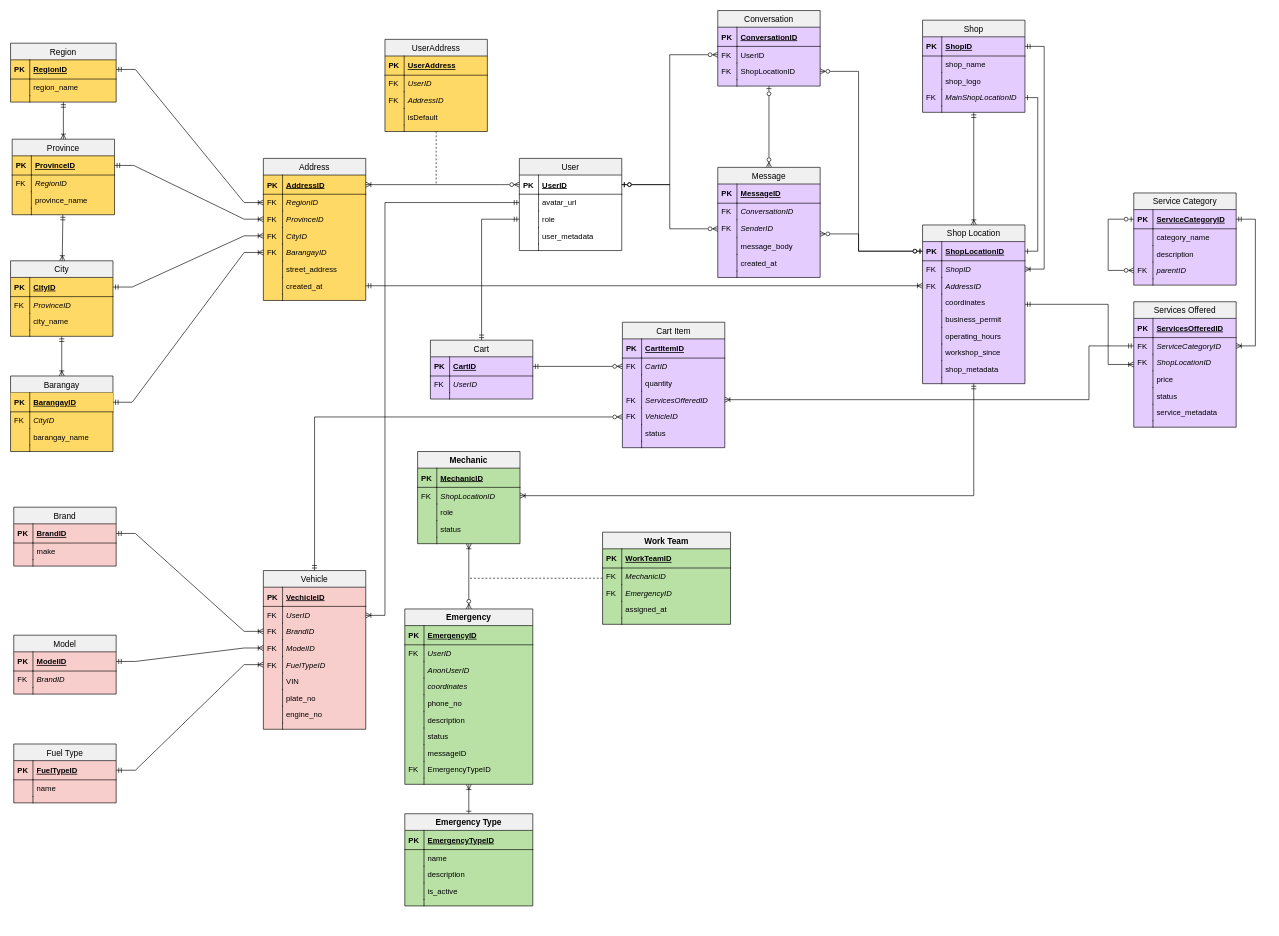
The draw.io diagram Final Automate ERD.drawio in PitZza04/drawIO, before the edit. Source tidied: cells renumbered, new cells numbered last; positions are measured from the earlier drawing's top-left corner, leaving out a move shared by most shapes. Both pictures are drawn from the tidied source at 64%, with x=0, y=0 at pixel (10, 10).
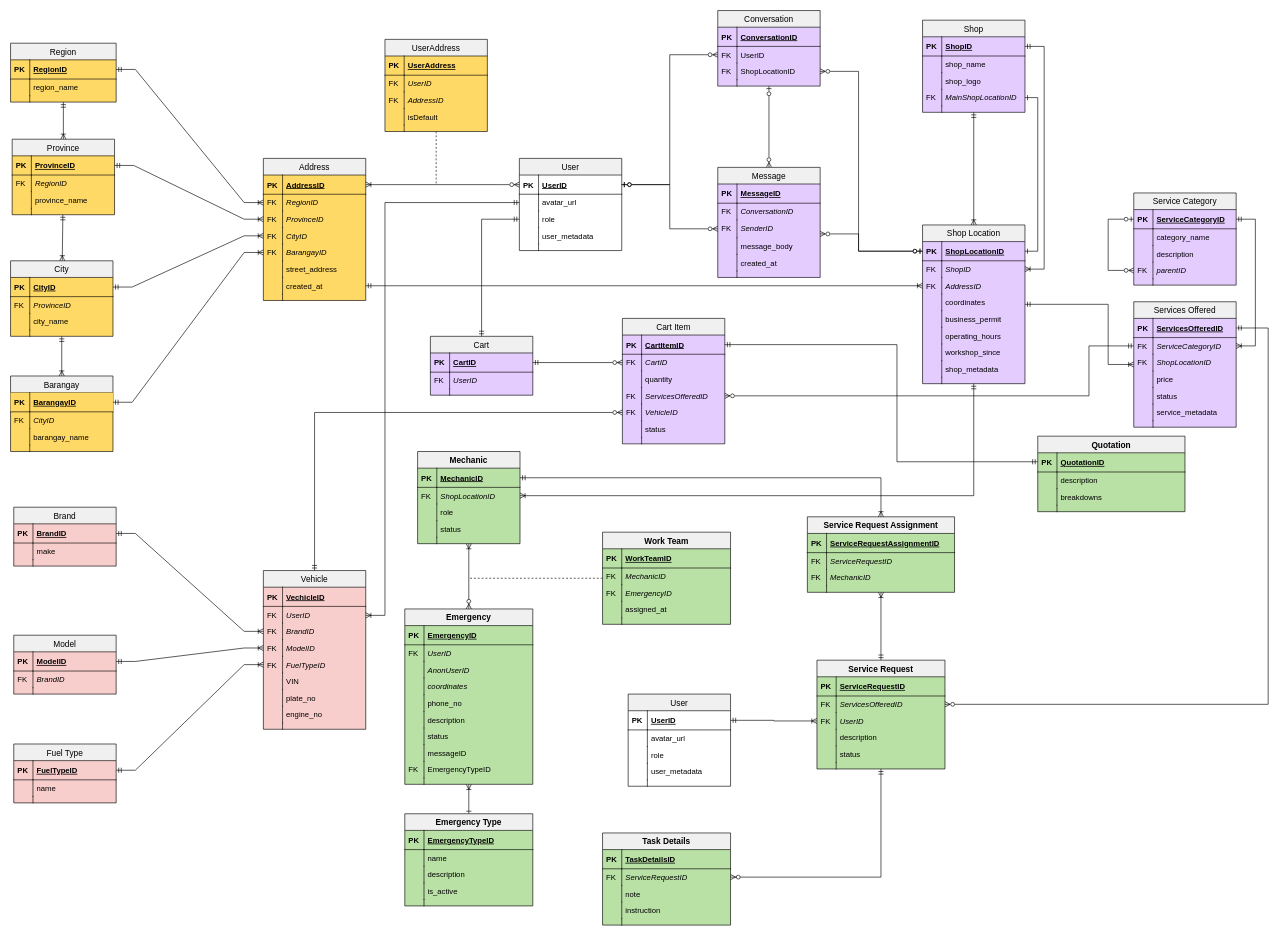
The same page after the edit.

Unchanged cells that the change refers to:
```xml
<mxCell id="173" value="ServicesOfferedID" style="shape=partialRectangle;top=0;left=0;right=0;bottom=1;align=left;verticalAlign=middle;fillColor=none;spacingLeft=34;spacingRight=4;overflow=hidden;points=[[0,0.5],[1,0.5]];portConstraint=eastwest;fontStyle=5;rounded=0;" parent="172" vertex="1">
  <mxGeometry y="26" width="160" height="30" as="geometry" />
</mxCell>
<mxCell id="175" value="ServiceCategoryID" style="shape=partialRectangle;top=0;left=0;right=0;bottom=0;align=left;verticalAlign=top;fillColor=none;spacingLeft=34;spacingRight=4;overflow=hidden;points=[[0,0.5],[1,0.5]];portConstraint=eastwest;rounded=0;fontStyle=2;" parent="172" vertex="1">
  <mxGeometry y="56" width="160" height="26" as="geometry" />
</mxCell>
<mxCell id="226" value="CartItemID" style="shape=partialRectangle;top=0;left=0;right=0;bottom=1;align=left;verticalAlign=middle;fillColor=none;spacingLeft=34;spacingRight=4;overflow=hidden;points=[[0,0.5],[1,0.5]];portConstraint=eastwest;fontStyle=5;rounded=0;" parent="225" vertex="1">
  <mxGeometry y="26" width="160" height="30" as="geometry" />
</mxCell>
<mxCell id="232" value="ServicesOfferedID" style="shape=partialRectangle;top=0;left=0;right=0;bottom=0;align=left;verticalAlign=top;fillColor=none;spacingLeft=34;spacingRight=4;overflow=hidden;points=[[0,0.5],[1,0.5]];portConstraint=eastwest;rounded=0;fontStyle=2;" parent="225" vertex="1">
  <mxGeometry y="108" width="160" height="26" as="geometry" />
</mxCell>
<mxCell id="234" value="VehicleID" style="shape=partialRectangle;top=0;left=0;right=0;bottom=0;align=left;verticalAlign=top;fillColor=none;spacingLeft=34;spacingRight=4;overflow=hidden;points=[[0,0.5],[1,0.5]];portConstraint=eastwest;rounded=0;fontStyle=2;" parent="225" vertex="1">
  <mxGeometry y="134" width="160" height="26" as="geometry" />
</mxCell>
<mxCell id="245" value="MechanicID" style="shape=partialRectangle;top=0;left=0;right=0;bottom=1;align=left;verticalAlign=middle;fillColor=none;spacingLeft=34;spacingRight=4;overflow=hidden;points=[[0,0.5],[1,0.5]];portConstraint=eastwest;fontStyle=5;rounded=0;" parent="244" vertex="1">
  <mxGeometry y="26" width="160" height="30" as="geometry" />
</mxCell>
```

What changed in the source:
```diff
@@
     <mxCell id="218" value="Cart" style="swimlane;fontStyle=0;horizontal=1;startSize=26;fillColor=#F0F0F0;swimlaneFillColor=#E5CCFF;align=center;strokeWidth=1;fontSize=13;strokeColor=#000000;rounded=0;" parent="1" vertex="1">
-      <mxGeometry x="656" y="515" width="160" height="92" as="geometry" />
+      <mxGeometry x="656" y="509" width="160" height="92" as="geometry" />
     </mxCell>
@@
     <mxCell id="225" value="Cart Item" style="swimlane;fontStyle=0;horizontal=1;startSize=26;fillColor=#F0F0F0;swimlaneFillColor=#E5CCFF;align=center;strokeWidth=1;fontSize=13;strokeColor=#000000;rounded=0;" parent="1" vertex="1">
-      <mxGeometry x="956" y="487" width="160" height="196" as="geometry" />
+      <mxGeometry x="956" y="481" width="160" height="196" as="geometry" />
     </mxCell>
@@
     <mxCell id="240" style="edgeStyle=orthogonalEdgeStyle;rounded=0;jettySize=auto;html=1;endArrow=ERzeroToMany;endFill=0;startArrow=ERmandOne;startFill=0;" parent="1" edge="1" target="234">
       <mxGeometry relative="1" as="geometry">
         <mxPoint x="475" y="875" as="sourcePoint" />
         <Array as="points">
-          <mxPoint x="475" y="635" />
+          <mxPoint x="475" y="628" />
         </Array>
       </mxGeometry>
     </mxCell>
@@
-    <mxCell id="243" style="edgeStyle=orthogonalEdgeStyle;rounded=0;jettySize=auto;html=1;startArrow=ERmandOne;startFill=0;endArrow=ERoneToMany;endFill=0;" parent="1" edge="1" source="175" target="232">
+    <mxCell id="243" style="edgeStyle=orthogonalEdgeStyle;rounded=0;jettySize=auto;html=1;startArrow=ERmandOne;startFill=0;endArrow=ERzeroToMany;endFill=0;" parent="1" edge="1" source="175" target="232">
       <mxGeometry relative="1" as="geometry">
         <Array as="points">
           <mxPoint x="1685" y="524" />
-          <mxPoint x="1685" y="608" />
+          <mxPoint x="1685" y="602" />
         </Array>
       </mxGeometry>
     </mxCell>
@@
+    <mxCell id="302" value="Task Details" style="swimlane;fontStyle=1;horizontal=1;startSize=26;fillColor=#F0F0F0;swimlaneFillColor=#B9E0A5;align=center;strokeWidth=1;fontSize=13;strokeColor=#000000;rounded=0;" parent="1" vertex="1">
+      <mxGeometry x="925" y="1285" width="200" height="144" as="geometry" />
+    </mxCell>
+    <mxCell id="303" value="TaskDetailsID" style="shape=partialRectangle;top=0;left=0;right=0;bottom=1;align=left;verticalAlign=middle;fillColor=none;spacingLeft=34;spacingRight=4;overflow=hidden;fontStyle=5;rounded=0;" parent="302" vertex="1">
+      <mxGeometry y="26" width="200" height="30" as="geometry" />
+    </mxCell>
+    <mxCell id="304" value="PK" style="shape=partialRectangle;top=0;left=0;bottom=0;fillColor=none;align=left;verticalAlign=middle;spacingLeft=4;spacingRight=4;overflow=hidden;fontStyle=1;rounded=0;" parent="303" vertex="1">
+      <mxGeometry width="30" height="30" as="geometry" />
+    </mxCell>
+    <mxCell id="305" value="ServiceRequestID" style="shape=partialRectangle;top=0;left=0;right=0;bottom=0;align=left;verticalAlign=top;fillColor=none;spacingLeft=34;spacingRight=4;overflow=hidden;points=[[0,0.5],[1,0.5]];portConstraint=eastwest;rounded=0;fontStyle=2;" parent="302" vertex="1">
+      <mxGeometry y="56" width="200" height="26" as="geometry" />
+    </mxCell>
+    <mxCell id="306" value="FK" style="shape=partialRectangle;top=0;left=0;bottom=0;fillColor=none;align=left;verticalAlign=top;spacingLeft=4;spacingRight=4;overflow=hidden;rounded=0;" parent="305" vertex="1">
+      <mxGeometry width="30" height="26" as="geometry" />
+    </mxCell>
+    <mxCell id="307" value="note" style="shape=partialRectangle;top=0;left=0;right=0;bottom=0;align=left;verticalAlign=top;fillColor=none;spacingLeft=34;spacingRight=4;overflow=hidden;rounded=0;fontStyle=0;" parent="302" vertex="1">
+      <mxGeometry y="82" width="200" height="26" as="geometry" />
+    </mxCell>
+    <mxCell id="308" style="shape=partialRectangle;top=0;left=0;bottom=0;fillColor=none;align=left;verticalAlign=top;spacingLeft=4;spacingRight=4;overflow=hidden;rounded=0;" parent="307" vertex="1">
+      <mxGeometry width="30" height="26" as="geometry" />
+    </mxCell>
+    <mxCell id="309" value="instruction" style="shape=partialRectangle;top=0;left=0;right=0;bottom=0;align=left;verticalAlign=top;fillColor=none;spacingLeft=34;spacingRight=4;overflow=hidden;rounded=0;fontStyle=0;" parent="302" vertex="1">
+      <mxGeometry y="108" width="200" height="26" as="geometry" />
+    </mxCell>
+    <mxCell id="310" style="shape=partialRectangle;top=0;left=0;bottom=0;fillColor=none;align=left;verticalAlign=top;spacingLeft=4;spacingRight=4;overflow=hidden;rounded=0;" parent="309" vertex="1">
+      <mxGeometry width="30" height="26" as="geometry" />
+    </mxCell>
+    <mxCell id="311" style="shape=partialRectangle;top=0;left=0;right=0;bottom=0;align=left;verticalAlign=top;fillColor=none;spacingLeft=34;spacingRight=4;overflow=hidden;rounded=0;" parent="302" vertex="1">
+      <mxGeometry y="134" width="200" height="10" as="geometry" />
+    </mxCell>
+    <mxCell id="312" style="shape=partialRectangle;top=0;left=0;bottom=0;fillColor=none;align=left;verticalAlign=top;spacingLeft=4;spacingRight=4;overflow=hidden;rounded=0;" parent="311" vertex="1">
+      <mxGeometry width="30" height="10" as="geometry" />
+    </mxCell>
+    <mxCell id="313" style="edgeStyle=orthogonalEdgeStyle;rounded=0;jettySize=auto;html=1;exitX=0.5;exitY=0;exitDx=0;exitDy=0;endArrow=ERoneToMany;endFill=0;startArrow=ERmandOne;startFill=0;" parent="1" edge="1" source="314" target="327">
+      <mxGeometry relative="1" as="geometry" />
+    </mxCell>
+    <mxCell id="314" value="Service Request" style="swimlane;fontStyle=1;horizontal=1;startSize=26;fillColor=#F0F0F0;swimlaneFillColor=#B9E0A5;align=center;strokeWidth=1;fontSize=13;strokeColor=#000000;rounded=0;" parent="1" vertex="1">
+      <mxGeometry x="1260" y="1015" width="200" height="170" as="geometry" />
+    </mxCell>
+    <mxCell id="315" value="ServiceRequestID" style="shape=partialRectangle;top=0;left=0;right=0;bottom=1;align=left;verticalAlign=middle;fillColor=none;spacingLeft=34;spacingRight=4;overflow=hidden;fontStyle=5;rounded=0;" parent="314" vertex="1">
+      <mxGeometry y="26" width="200" height="30" as="geometry" />
+    </mxCell>
+    <mxCell id="316" value="PK" style="shape=partialRectangle;top=0;left=0;bottom=0;fillColor=none;align=left;verticalAlign=middle;spacingLeft=4;spacingRight=4;overflow=hidden;fontStyle=1;rounded=0;" parent="315" vertex="1">
+      <mxGeometry width="30" height="30" as="geometry" />
+    </mxCell>
+    <mxCell id="317" value="ServicesOfferedID" style="shape=partialRectangle;top=0;left=0;right=0;bottom=0;align=left;verticalAlign=top;fillColor=none;spacingLeft=34;spacingRight=4;overflow=hidden;points=[[0,0.5],[1,0.5]];portConstraint=eastwest;rounded=0;fontStyle=2;" parent="314" vertex="1">
+      <mxGeometry y="56" width="200" height="26" as="geometry" />
+    </mxCell>
+    <mxCell id="318" value="FK" style="shape=partialRectangle;top=0;left=0;bottom=0;fillColor=none;align=left;verticalAlign=top;spacingLeft=4;spacingRight=4;overflow=hidden;rounded=0;" parent="317" vertex="1">
+      <mxGeometry width="30" height="26" as="geometry" />
+    </mxCell>
+    <mxCell id="319" value="UserID" style="shape=partialRectangle;top=0;left=0;right=0;bottom=0;align=left;verticalAlign=top;fillColor=none;spacingLeft=34;spacingRight=4;overflow=hidden;points=[[0,0.5],[1,0.5]];portConstraint=eastwest;rounded=0;fontStyle=2;" parent="314" vertex="1">
+      <mxGeometry y="82" width="200" height="26" as="geometry" />
+    </mxCell>
+    <mxCell id="320" value="FK" style="shape=partialRectangle;top=0;left=0;bottom=0;fillColor=none;align=left;verticalAlign=top;spacingLeft=4;spacingRight=4;overflow=hidden;rounded=0;" parent="319" vertex="1">
+      <mxGeometry width="30" height="26" as="geometry" />
+    </mxCell>
+    <mxCell id="321" value="description" style="shape=partialRectangle;top=0;left=0;right=0;bottom=0;align=left;verticalAlign=top;fillColor=none;spacingLeft=34;spacingRight=4;overflow=hidden;rounded=0;fontStyle=0;" parent="314" vertex="1">
+      <mxGeometry y="108" width="200" height="26" as="geometry" />
+    </mxCell>
+    <mxCell id="322" style="shape=partialRectangle;top=0;left=0;bottom=0;fillColor=none;align=left;verticalAlign=top;spacingLeft=4;spacingRight=4;overflow=hidden;rounded=0;" parent="321" vertex="1">
+      <mxGeometry width="30" height="26" as="geometry" />
+    </mxCell>
+    <mxCell id="323" value="status" style="shape=partialRectangle;top=0;left=0;right=0;bottom=0;align=left;verticalAlign=top;fillColor=none;spacingLeft=34;spacingRight=4;overflow=hidden;rounded=0;fontStyle=0;" parent="314" vertex="1">
+      <mxGeometry y="134" width="200" height="26" as="geometry" />
+    </mxCell>
+    <mxCell id="324" style="shape=partialRectangle;top=0;left=0;bottom=0;fillColor=none;align=left;verticalAlign=top;spacingLeft=4;spacingRight=4;overflow=hidden;rounded=0;" parent="323" vertex="1">
+      <mxGeometry width="30" height="26" as="geometry" />
+    </mxCell>
+    <mxCell id="325" style="shape=partialRectangle;top=0;left=0;right=0;bottom=0;align=left;verticalAlign=top;fillColor=none;spacingLeft=34;spacingRight=4;overflow=hidden;rounded=0;" parent="314" vertex="1">
+      <mxGeometry y="160" width="200" height="10" as="geometry" />
+    </mxCell>
+    <mxCell id="326" style="shape=partialRectangle;top=0;left=0;bottom=0;fillColor=none;align=left;verticalAlign=top;spacingLeft=4;spacingRight=4;overflow=hidden;rounded=0;" parent="325" vertex="1">
+      <mxGeometry width="30" height="10" as="geometry" />
+    </mxCell>
+    <mxCell id="327" value="Service Request Assignment" style="swimlane;fontStyle=1;horizontal=1;startSize=26;fillColor=#F0F0F0;swimlaneFillColor=#B9E0A5;align=center;strokeWidth=1;fontSize=13;strokeColor=#000000;rounded=0;" parent="1" vertex="1">
+      <mxGeometry x="1245" y="791" width="230" height="118" as="geometry" />
+    </mxCell>
+    <mxCell id="328" value="ServiceRequestAssignmentID" style="shape=partialRectangle;top=0;left=0;right=0;bottom=1;align=left;verticalAlign=middle;fillColor=none;spacingLeft=34;spacingRight=4;overflow=hidden;fontStyle=5;rounded=0;" parent="327" vertex="1">
+      <mxGeometry y="26" width="230" height="30" as="geometry" />
+    </mxCell>
+    <mxCell id="329" value="PK" style="shape=partialRectangle;top=0;left=0;bottom=0;fillColor=none;align=left;verticalAlign=middle;spacingLeft=4;spacingRight=4;overflow=hidden;fontStyle=1;rounded=0;" parent="328" vertex="1">
+      <mxGeometry width="30" height="30" as="geometry" />
+    </mxCell>
+    <mxCell id="330" value="ServiceRequestID" style="shape=partialRectangle;top=0;left=0;right=0;bottom=0;align=left;verticalAlign=top;fillColor=none;spacingLeft=34;spacingRight=4;overflow=hidden;rounded=0;fontStyle=2;" parent="327" vertex="1">
+      <mxGeometry y="56" width="230" height="26" as="geometry" />
+    </mxCell>
+    <mxCell id="331" value="FK" style="shape=partialRectangle;top=0;left=0;bottom=0;fillColor=none;align=left;verticalAlign=top;spacingLeft=4;spacingRight=4;overflow=hidden;rounded=0;" parent="330" vertex="1">
+      <mxGeometry width="30" height="26" as="geometry" />
+    </mxCell>
+    <mxCell id="332" value="MechanicID" style="shape=partialRectangle;top=0;left=0;right=0;bottom=0;align=left;verticalAlign=top;fillColor=none;spacingLeft=34;spacingRight=4;overflow=hidden;rounded=0;fontStyle=2;" parent="327" vertex="1">
+      <mxGeometry y="82" width="230" height="26" as="geometry" />
+    </mxCell>
+    <mxCell id="333" value="FK" style="shape=partialRectangle;top=0;left=0;bottom=0;fillColor=none;align=left;verticalAlign=top;spacingLeft=4;spacingRight=4;overflow=hidden;rounded=0;" parent="332" vertex="1">
+      <mxGeometry width="30" height="26" as="geometry" />
+    </mxCell>
+    <mxCell id="334" style="shape=partialRectangle;top=0;left=0;right=0;bottom=0;align=left;verticalAlign=top;fillColor=none;spacingLeft=34;spacingRight=4;overflow=hidden;rounded=0;" parent="327" vertex="1">
+      <mxGeometry y="108" width="230" height="10" as="geometry" />
+    </mxCell>
+    <mxCell id="335" style="shape=partialRectangle;top=0;left=0;bottom=0;fillColor=none;align=left;verticalAlign=top;spacingLeft=4;spacingRight=4;overflow=hidden;rounded=0;" parent="334" vertex="1">
+      <mxGeometry width="30" height="10" as="geometry" />
+    </mxCell>
+    <mxCell id="336" style="edgeStyle=orthogonalEdgeStyle;rounded=0;jettySize=auto;html=1;exitX=1;exitY=0.5;exitDx=0;exitDy=0;endArrow=ERzeroToMany;endFill=0;startArrow=ERmandOne;startFill=0;" parent="1" edge="1" source="173" target="317">
+      <mxGeometry relative="1" as="geometry">
+        <Array as="points">
+          <mxPoint x="1965" y="496" />
+          <mxPoint x="1965" y="1084" />
+        </Array>
+      </mxGeometry>
+    </mxCell>
+    <mxCell id="337" value="User" style="swimlane;fontStyle=0;horizontal=1;startSize=26;fillColor=#F0F0F0;swimlaneFillColor=none;align=center;strokeWidth=1;fontSize=13;strokeColor=#000000;rounded=0;" parent="1" vertex="1">
+      <mxGeometry x="965" y="1068" width="160" height="144" as="geometry" />
+    </mxCell>
+    <mxCell id="338" value="UserID" style="shape=partialRectangle;top=0;left=0;right=0;bottom=1;align=left;verticalAlign=middle;fillColor=none;spacingLeft=34;spacingRight=4;overflow=hidden;points=[[0,0.5],[1,0.5]];portConstraint=eastwest;fontStyle=5;rounded=0;" parent="337" vertex="1">
+      <mxGeometry y="26" width="160" height="30" as="geometry" />
+    </mxCell>
+    <mxCell id="339" value="PK" style="shape=partialRectangle;top=0;left=0;bottom=0;fillColor=none;align=left;verticalAlign=middle;spacingLeft=4;spacingRight=4;overflow=hidden;fontStyle=1;rounded=0;" parent="338" vertex="1">
+      <mxGeometry width="30" height="30" as="geometry" />
+    </mxCell>
+    <mxCell id="340" value="avatar_url" style="shape=partialRectangle;top=0;left=0;right=0;bottom=0;align=left;verticalAlign=top;fillColor=none;spacingLeft=34;spacingRight=4;overflow=hidden;rounded=0;" parent="337" vertex="1">
+      <mxGeometry y="56" width="160" height="26" as="geometry" />
+    </mxCell>
+    <mxCell id="341" style="shape=partialRectangle;top=0;left=0;bottom=0;fillColor=none;align=left;verticalAlign=top;spacingLeft=4;spacingRight=4;overflow=hidden;rounded=0;" parent="340" vertex="1">
+      <mxGeometry width="30" height="26" as="geometry" />
+    </mxCell>
+    <mxCell id="342" value="role" style="shape=partialRectangle;top=0;left=0;right=0;bottom=0;align=left;verticalAlign=top;fillColor=none;spacingLeft=34;spacingRight=4;overflow=hidden;rounded=0;" parent="337" vertex="1">
+      <mxGeometry y="82" width="160" height="26" as="geometry" />
+    </mxCell>
+    <mxCell id="343" style="shape=partialRectangle;top=0;left=0;bottom=0;fillColor=none;align=left;verticalAlign=top;spacingLeft=4;spacingRight=4;overflow=hidden;rounded=0;" parent="342" vertex="1">
+      <mxGeometry width="30" height="26" as="geometry" />
+    </mxCell>
+    <mxCell id="344" value="user_metadata" style="shape=partialRectangle;top=0;left=0;right=0;bottom=0;align=left;verticalAlign=top;fillColor=none;spacingLeft=34;spacingRight=4;overflow=hidden;rounded=0;" parent="337" vertex="1">
+      <mxGeometry y="108" width="160" height="26" as="geometry" />
+    </mxCell>
+    <mxCell id="345" style="shape=partialRectangle;top=0;left=0;bottom=0;fillColor=none;align=left;verticalAlign=top;spacingLeft=4;spacingRight=4;overflow=hidden;rounded=0;" parent="344" vertex="1">
+      <mxGeometry width="30" height="26" as="geometry" />
+    </mxCell>
+    <mxCell id="346" style="shape=partialRectangle;top=0;left=0;right=0;bottom=0;align=left;verticalAlign=top;fillColor=none;spacingLeft=34;spacingRight=4;overflow=hidden;rounded=0;" parent="337" vertex="1">
+      <mxGeometry y="134" width="160" height="10" as="geometry" />
+    </mxCell>
+    <mxCell id="347" style="shape=partialRectangle;top=0;left=0;bottom=0;fillColor=none;align=left;verticalAlign=top;spacingLeft=4;spacingRight=4;overflow=hidden;rounded=0;" parent="346" vertex="1">
+      <mxGeometry width="30" height="10" as="geometry" />
+    </mxCell>
+    <mxCell id="348" style="edgeStyle=orthogonalEdgeStyle;rounded=0;jettySize=auto;html=1;exitX=1;exitY=0.5;exitDx=0;exitDy=0;endArrow=ERoneToMany;endFill=0;startArrow=ERmandOne;startFill=0;" parent="1" edge="1" source="338" target="319">
+      <mxGeometry relative="1" as="geometry" />
+    </mxCell>
+    <mxCell id="349" style="fontSize=12;html=1;endArrow=ERzeroToMany;startArrow=ERmandOne;rounded=0;edgeStyle=orthogonalEdgeStyle;" parent="1" edge="1" source="314" target="305">
+      <mxGeometry relative="1" as="geometry" />
+    </mxCell>
+    <mxCell id="350" style="edgeStyle=orthogonalEdgeStyle;rounded=0;jettySize=auto;html=1;exitX=1;exitY=0.5;exitDx=0;exitDy=0;endArrow=ERoneToMany;endFill=0;startArrow=ERmandOne;startFill=0;" parent="1" edge="1" source="245" target="327">
+      <mxGeometry relative="1" as="geometry" />
+    </mxCell>
+    <mxCell id="351" value="Quotation" style="swimlane;fontStyle=1;horizontal=1;startSize=26;fillColor=#F0F0F0;swimlaneFillColor=#B9E0A5;align=center;strokeWidth=1;fontSize=13;strokeColor=#000000;rounded=0;" parent="1" vertex="1">
+      <mxGeometry x="1605" y="665" width="230" height="118" as="geometry" />
+    </mxCell>
+    <mxCell id="352" value="QuotationID" style="shape=partialRectangle;top=0;left=0;right=0;bottom=1;align=left;verticalAlign=middle;fillColor=none;spacingLeft=34;spacingRight=4;overflow=hidden;points=[[0,0.5],[1,0.5]];portConstraint=eastwest;fontStyle=5;rounded=0;" parent="351" vertex="1">
+      <mxGeometry y="26" width="230" height="30" as="geometry" />
+    </mxCell>
+    <mxCell id="353" value="PK" style="shape=partialRectangle;top=0;left=0;bottom=0;fillColor=none;align=left;verticalAlign=middle;spacingLeft=4;spacingRight=4;overflow=hidden;fontStyle=1;rounded=0;" parent="352" vertex="1">
+      <mxGeometry width="30" height="30" as="geometry" />
+    </mxCell>
+    <mxCell id="354" value="description" style="shape=partialRectangle;top=0;left=0;right=0;bottom=0;align=left;verticalAlign=top;fillColor=none;spacingLeft=34;spacingRight=4;overflow=hidden;rounded=0;fontStyle=0;" parent="351" vertex="1">
+      <mxGeometry y="56" width="230" height="26" as="geometry" />
+    </mxCell>
+    <mxCell id="355" style="shape=partialRectangle;top=0;left=0;bottom=0;fillColor=none;align=left;verticalAlign=top;spacingLeft=4;spacingRight=4;overflow=hidden;rounded=0;" parent="354" vertex="1">
+      <mxGeometry width="30" height="26" as="geometry" />
+    </mxCell>
+    <mxCell id="356" value="breakdowns" style="shape=partialRectangle;top=0;left=0;right=0;bottom=0;align=left;verticalAlign=top;fillColor=none;spacingLeft=34;spacingRight=4;overflow=hidden;rounded=0;fontStyle=0;" parent="351" vertex="1">
+      <mxGeometry y="82" width="230" height="26" as="geometry" />
+    </mxCell>
+    <mxCell id="357" style="shape=partialRectangle;top=0;left=0;bottom=0;fillColor=none;align=left;verticalAlign=top;spacingLeft=4;spacingRight=4;overflow=hidden;rounded=0;" parent="356" vertex="1">
+      <mxGeometry width="30" height="26" as="geometry" />
+    </mxCell>
+    <mxCell id="358" style="shape=partialRectangle;top=0;left=0;right=0;bottom=0;align=left;verticalAlign=top;fillColor=none;spacingLeft=34;spacingRight=4;overflow=hidden;rounded=0;" parent="351" vertex="1">
+      <mxGeometry y="108" width="230" height="10" as="geometry" />
+    </mxCell>
+    <mxCell id="359" style="shape=partialRectangle;top=0;left=0;bottom=0;fillColor=none;align=left;verticalAlign=top;spacingLeft=4;spacingRight=4;overflow=hidden;rounded=0;" parent="358" vertex="1">
+      <mxGeometry width="30" height="10" as="geometry" />
+    </mxCell>
+    <mxCell id="360" style="edgeStyle=orthogonalEdgeStyle;rounded=0;jettySize=auto;html=1;exitX=1;exitY=0.5;exitDx=0;exitDy=0;endArrow=ERmandOne;endFill=0;startArrow=ERmandOne;startFill=0;" parent="1" edge="1" source="226" target="352">
+      <mxGeometry relative="1" as="geometry">
+        <Array as="points">
+          <mxPoint x="1385" y="522" />
+          <mxPoint x="1385" y="705" />
+        </Array>
+      </mxGeometry>
+    </mxCell>
```
